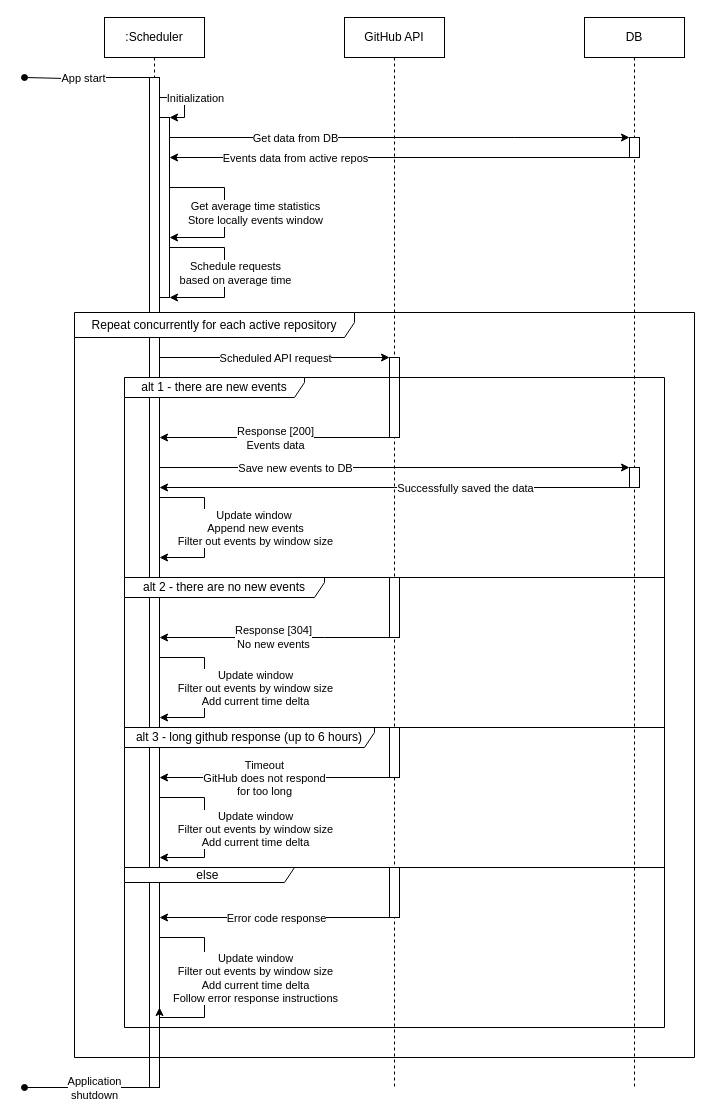
This is img/schedule_sequence_diagram.drawio from nickobard/GitHub-Events-Monitoring, a draw.io file, before an edit. Source tidied: cells renumbered, new cells numbered last; positions are measured from the earlier drawing's top-left corner, leaving out a move shared by most shapes. Both pictures are drawn from the tidied source at 100%, with x=0, y=0 at pixel (24, 17).
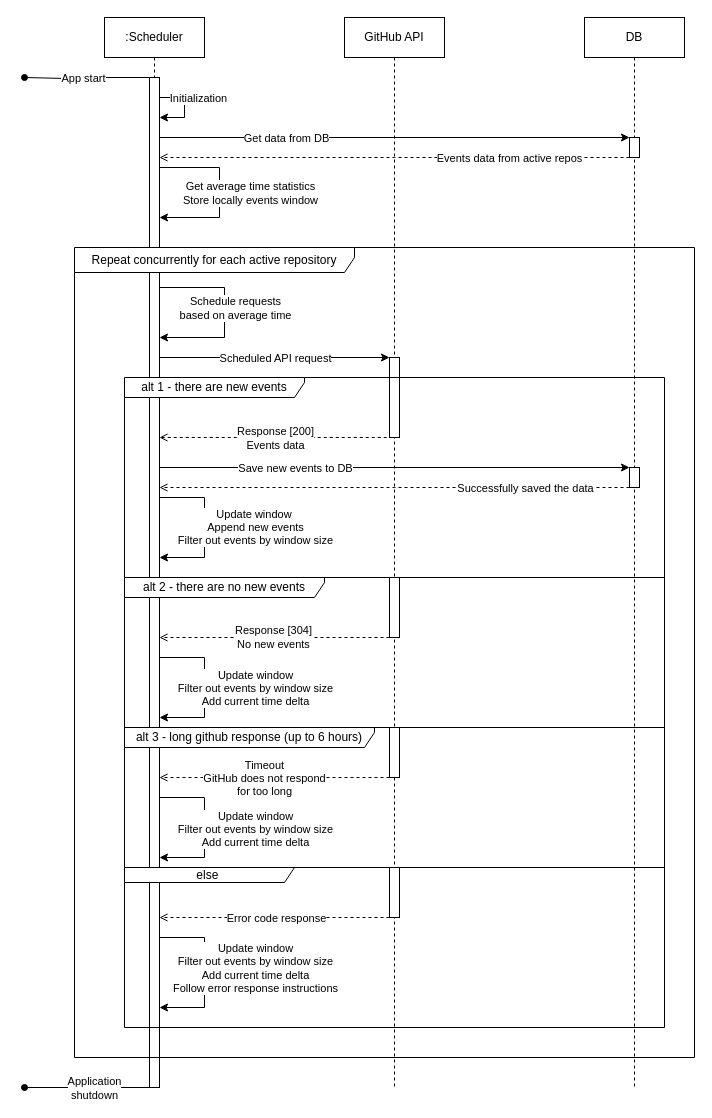
The same diagram, later.

Unchanged cells that the change refers to:
```xml
<mxCell id="3" style="html=1;points=[[0,0,0,0,5],[0,1,0,0,-5],[1,0,0,0,5],[1,1,0,0,-5]];perimeter=orthogonalPerimeter;outlineConnect=0;targetShapes=umlLifeline;portConstraint=eastwest;newEdgeStyle={&quot;curved&quot;:0,&quot;rounded&quot;:0};" parent="2" vertex="1">
  <mxGeometry x="45" y="120" width="10" height="20" as="geometry" />
</mxCell>
<mxCell id="4" style="html=1;points=[[0,0,0,0,5],[0,1,0,0,-5],[1,0,0,0,5],[1,1,0,0,-5]];perimeter=orthogonalPerimeter;outlineConnect=0;targetShapes=umlLifeline;portConstraint=eastwest;newEdgeStyle={&quot;curved&quot;:0,&quot;rounded&quot;:0};" parent="2" vertex="1">
  <mxGeometry x="45" y="450" width="10" height="20" as="geometry" />
</mxCell>
<mxCell id="6" style="html=1;points=[[0,0,0,0,5],[0,1,0,0,-5],[1,0,0,0,5],[1,1,0,0,-5]];perimeter=orthogonalPerimeter;outlineConnect=0;targetShapes=umlLifeline;portConstraint=eastwest;newEdgeStyle={&quot;curved&quot;:0,&quot;rounded&quot;:0};" parent="5" vertex="1">
  <mxGeometry x="45" y="340" width="10" height="80" as="geometry" />
</mxCell>
<mxCell id="7" value=":Scheduler" style="shape=umlLifeline;perimeter=lifelinePerimeter;whiteSpace=wrap;html=1;outlineConnect=0;portConstraint=eastwest;newEdgeStyle={&quot;curved&quot;:0,&quot;rounded&quot;:0};" parent="1" vertex="1">
  <mxGeometry x="80" width="100" height="580" as="geometry" />
</mxCell>
<mxCell id="19" style="html=1;points=[[0,0,0,0,5],[0,1,0,0,-5],[1,0,0,0,5],[1,1,0,0,-5]];perimeter=orthogonalPerimeter;outlineConnect=0;targetShapes=umlLifeline;portConstraint=eastwest;newEdgeStyle={&quot;curved&quot;:0,&quot;rounded&quot;:0};" parent="1" vertex="1">
  <mxGeometry x="365" y="560" width="10" height="60" as="geometry" />
</mxCell>
<mxCell id="29" style="html=1;points=[[0,0,0,0,5],[0,1,0,0,-5],[1,0,0,0,5],[1,1,0,0,-5]];perimeter=orthogonalPerimeter;outlineConnect=0;targetShapes=umlLifeline;portConstraint=eastwest;newEdgeStyle={&quot;curved&quot;:0,&quot;rounded&quot;:0};" parent="20" vertex="1">
  <mxGeometry x="125" y="60" width="10" height="1010" as="geometry" />
</mxCell>
<mxCell id="34" style="html=1;points=[[0,0,0,0,5],[0,1,0,0,-5],[1,0,0,0,5],[1,1,0,0,-5]];perimeter=orthogonalPerimeter;outlineConnect=0;targetShapes=umlLifeline;portConstraint=eastwest;newEdgeStyle={&quot;curved&quot;:0,&quot;rounded&quot;:0};" parent="20" vertex="1">
  <mxGeometry x="365" y="710" width="10" height="50" as="geometry" />
</mxCell>
<mxCell id="35" style="html=1;points=[[0,0,0,0,5],[0,1,0,0,-5],[1,0,0,0,5],[1,1,0,0,-5]];perimeter=orthogonalPerimeter;outlineConnect=0;targetShapes=umlLifeline;portConstraint=eastwest;newEdgeStyle={&quot;curved&quot;:0,&quot;rounded&quot;:0};" parent="20" vertex="1">
  <mxGeometry x="365" y="850" width="10" height="50" as="geometry" />
</mxCell>
<mxCell id="36" style="edgeStyle=orthogonalEdgeStyle;rounded=0;jettySize=auto;html=1;curved=0;" parent="20" edge="1" target="29">
  <mxGeometry relative="1" as="geometry">
    <mxPoint x="135" y="490" as="sourcePoint" />
    <Array as="points">
      <mxPoint x="135" y="480" />
      <mxPoint x="180" y="480" />
      <mxPoint x="180" y="540" />
    </Array>
  </mxGeometry>
</mxCell>
```

Change to the diagram source:
```diff
@@
-    <mxCell id="8" style="html=1;points=[[0,0,0,0,5],[0,1,0,0,-5],[1,0,0,0,5],[1,1,0,0,-5]];perimeter=orthogonalPerimeter;outlineConnect=0;targetShapes=umlLifeline;portConstraint=eastwest;newEdgeStyle={&quot;curved&quot;:0,&quot;rounded&quot;:0};" parent="7" vertex="1">
-      <mxGeometry x="55" y="100" width="10" height="180" as="geometry" />
-    </mxCell>
-    <mxCell id="9" style="edgeStyle=orthogonalEdgeStyle;rounded=0;jettySize=auto;html=1;curved=0;" parent="7" edge="1" source="29" target="8">
+    <mxCell id="9" style="edgeStyle=orthogonalEdgeStyle;rounded=0;orthogonalLoop=1;jettySize=auto;html=1;curved=0;" parent="7" edge="1" source="29" target="29">
       <mxGeometry relative="1" as="geometry">
         <Array as="points">
           <mxPoint x="80" y="80" />
           <mxPoint x="80" y="100" />
         </Array>
       </mxGeometry>
     </mxCell>
@@
-    <mxCell id="11" style="edgeStyle=orthogonalEdgeStyle;rounded=0;jettySize=auto;html=1;curved=0;" parent="7" edge="1" target="8">
-      <mxGeometry relative="1" as="geometry">
-        <mxPoint x="65" y="170" as="sourcePoint" />
-        <Array as="points">
-          <mxPoint x="120" y="170" />
-          <mxPoint x="120" y="220" />
-        </Array>
-      </mxGeometry>
-    </mxCell>
-    <mxCell id="12" value="Get average time statistics&lt;div&gt;Store locally events window&lt;/div&gt;" style="edgeLabel;html=1;align=center;verticalAlign=middle;" parent="11" vertex="1">
-      <mxGeometry y="1" relative="1" as="geometry">
-        <mxPoint x="29" as="offset" />
-      </mxGeometry>
-    </mxCell>
-    <mxCell id="13" style="edgeStyle=orthogonalEdgeStyle;rounded=0;jettySize=auto;html=1;curved=0;elbow=vertical;" parent="7" edge="1" target="8">
-      <mxGeometry relative="1" as="geometry">
-        <mxPoint x="65" y="250" as="sourcePoint" />
-        <Array as="points">
-          <mxPoint x="65" y="230" />
-          <mxPoint x="120" y="230" />
-          <mxPoint x="120" y="280" />
-        </Array>
-      </mxGeometry>
-    </mxCell>
-    <mxCell id="14" value="Schedule requests&lt;div&gt;based on average time&lt;/div&gt;" style="edgeLabel;html=1;align=center;verticalAlign=middle;" parent="13" vertex="1">
-      <mxGeometry x="0.16" relative="1" as="geometry">
-        <mxPoint x="10" y="-4" as="offset" />
-      </mxGeometry>
-    </mxCell>
-    <mxCell id="15" style="edgeStyle=orthogonalEdgeStyle;rounded=0;jettySize=auto;html=1;curved=0;" parent="1" edge="1" source="4" target="29">
+    <mxCell id="15" style="edgeStyle=orthogonalEdgeStyle;rounded=0;jettySize=auto;html=1;curved=0;dashed=1;endArrow=open;endFill=0;" parent="1" edge="1" source="4" target="29">
       <mxGeometry relative="1" as="geometry">
         <Array as="points">
           <mxPoint x="370" y="470" />
           <mxPoint x="370" y="470" />
         </Array>
       </mxGeometry>
     </mxCell>
     <mxCell id="16" value="Successfully saved the data" style="edgeLabel;html=1;align=center;verticalAlign=middle;" parent="15" vertex="1">
       <mxGeometry x="-0.2" y="1" relative="1" as="geometry">
-        <mxPoint x="23" y="-1" as="offset" />
+        <mxPoint x="83" y="-1" as="offset" />
       </mxGeometry>
     </mxCell>
-    <mxCell id="17" style="edgeStyle=orthogonalEdgeStyle;rounded=0;jettySize=auto;html=1;curved=0;" parent="1" edge="1" source="19" target="29">
+    <mxCell id="17" style="edgeStyle=orthogonalEdgeStyle;rounded=0;jettySize=auto;html=1;curved=0;dashed=1;endArrow=open;endFill=0;" parent="1" edge="1" source="19" target="29">
       <mxGeometry relative="1" as="geometry">
         <Array as="points">
           <mxPoint x="300" y="620" />
           <mxPoint x="300" y="620" />
         </Array>
       </mxGeometry>
     </mxCell>
@@
+    <mxCell id="13" style="edgeStyle=orthogonalEdgeStyle;rounded=0;orthogonalLoop=1;jettySize=auto;html=1;curved=0;elbow=vertical;" parent="1" edge="1" source="29" target="29">
+      <mxGeometry relative="1" as="geometry">
+        <Array as="points">
+          <mxPoint x="200" y="270" />
+          <mxPoint x="200" y="320" />
+        </Array>
+      </mxGeometry>
+    </mxCell>
+    <mxCell id="14" value="Schedule requests&lt;div&gt;based on average time&lt;/div&gt;" style="edgeLabel;html=1;align=center;verticalAlign=middle;" parent="13" vertex="1">
+      <mxGeometry x="0.16" relative="1" as="geometry">
+        <mxPoint x="10" y="-19" as="offset" />
+      </mxGeometry>
+    </mxCell>
+    <mxCell id="11" style="edgeStyle=orthogonalEdgeStyle;rounded=0;orthogonalLoop=1;jettySize=auto;html=1;curved=0;" parent="1" edge="1" source="29" target="29">
+      <mxGeometry relative="1" as="geometry">
+        <Array as="points">
+          <mxPoint x="195" y="150" />
+          <mxPoint x="195" y="200" />
+        </Array>
+      </mxGeometry>
+    </mxCell>
+    <mxCell id="12" value="Get average time statistics&lt;div&gt;Store locally events window&lt;/div&gt;" style="edgeLabel;html=1;align=center;verticalAlign=middle;" parent="11" vertex="1">
+      <mxGeometry y="1" relative="1" as="geometry">
+        <mxPoint x="29" as="offset" />
+      </mxGeometry>
+    </mxCell>
@@
-    <mxCell id="23" style="edgeStyle=orthogonalEdgeStyle;rounded=0;jettySize=auto;html=1;curved=0;" parent="20" edge="1" source="8" target="3">
+    <mxCell id="23" style="edgeStyle=orthogonalEdgeStyle;rounded=0;jettySize=auto;html=1;curved=0;" parent="20" edge="1" source="29" target="3">
       <mxGeometry relative="1" as="geometry">
         <Array as="points">
-          <mxPoint x="490" y="120" />
-          <mxPoint x="490" y="120" />
+          <mxPoint x="250" y="120" />
+          <mxPoint x="250" y="120" />
         </Array>
       </mxGeometry>
     </mxCell>
@@
-    <mxCell id="25" style="edgeStyle=orthogonalEdgeStyle;rounded=0;jettySize=auto;html=1;curved=0;" parent="20" edge="1" source="3" target="8">
+    <mxCell id="25" style="edgeStyle=orthogonalEdgeStyle;rounded=0;jettySize=auto;html=1;curved=0;dashed=1;endArrow=open;endFill=0;" parent="20" edge="1" source="3" target="29">
       <mxGeometry relative="1" as="geometry">
         <Array as="points">
-          <mxPoint x="260" y="140" />
-          <mxPoint x="260" y="140" />
+          <mxPoint x="370" y="140" />
+          <mxPoint x="370" y="140" />
         </Array>
       </mxGeometry>
     </mxCell>
     <mxCell id="26" value="Events data from active repos" style="edgeLabel;html=1;align=center;verticalAlign=middle;" parent="25" vertex="1">
       <mxGeometry x="0.59" y="-1" relative="1" as="geometry">
-        <mxPoint x="31" y="1" as="offset" />
+        <mxPoint x="253" y="1" as="offset" />
       </mxGeometry>
     </mxCell>
@@
-    <mxCell id="32" style="edgeStyle=orthogonalEdgeStyle;rounded=0;jettySize=auto;html=1;curved=0;" parent="20" edge="1" source="34">
+    <mxCell id="32" style="edgeStyle=orthogonalEdgeStyle;rounded=0;jettySize=auto;html=1;curved=0;dashed=1;endArrow=open;endFill=0;" parent="20" edge="1" source="34">
       <mxGeometry relative="1" as="geometry">
         <mxPoint x="135" y="760" as="targetPoint" />
         <Array as="points">
           <mxPoint x="250" y="760" />
           <mxPoint x="250" y="760" />
         </Array>
       </mxGeometry>
     </mxCell>
@@
     <mxCell id="37" value="Update window&amp;nbsp;&lt;div&gt;Append new events&lt;/div&gt;&lt;div&gt;Filter out events by window size&lt;/div&gt;" style="edgeLabel;html=1;align=center;verticalAlign=middle;" parent="36" vertex="1">
       <mxGeometry x="-0.01" y="1" relative="1" as="geometry">
-        <mxPoint x="49" y="6" as="offset" />
+        <mxPoint x="49" y="5" as="offset" />
       </mxGeometry>
     </mxCell>
@@
     <mxCell id="42" style="edgeStyle=orthogonalEdgeStyle;rounded=0;jettySize=auto;html=1;curved=0;" parent="20" edge="1" source="29">
       <mxGeometry relative="1" as="geometry">
         <mxPoint x="135" y="990" as="targetPoint" />
         <Array as="points">
           <mxPoint x="180" y="920" />
-          <mxPoint x="180" y="1000" />
-          <mxPoint x="135" y="1000" />
+          <mxPoint x="180" y="990" />
         </Array>
       </mxGeometry>
     </mxCell>
@@
     <mxCell id="45" value="Repeat concurrently for each active repository" style="shape=umlFrame;whiteSpace=wrap;html=1;width=280;height=25;" parent="44" vertex="1">
-      <mxGeometry x="50" y="295" width="620" height="745" as="geometry" />
+      <mxGeometry x="50" y="230" width="620" height="810" as="geometry" />
     </mxCell>
@@
-    <mxCell id="49" style="edgeStyle=orthogonalEdgeStyle;rounded=0;jettySize=auto;html=1;curved=0;startArrow=classic;startFill=1;endArrow=none;endFill=0;" parent="44" edge="1" source="29" target="6">
+    <mxCell id="49" style="edgeStyle=orthogonalEdgeStyle;rounded=0;jettySize=auto;html=1;curved=0;startArrow=open;startFill=0;endArrow=none;endFill=0;dashed=1;" parent="44" edge="1" source="29" target="6">
       <mxGeometry relative="1" as="geometry">
         <Array as="points">
           <mxPoint x="250" y="420" />
           <mxPoint x="250" y="420" />
         </Array>
       </mxGeometry>
     </mxCell>
@@
-    <mxCell id="51" style="edgeStyle=orthogonalEdgeStyle;rounded=0;jettySize=auto;html=1;curved=0;" parent="44" edge="1" source="35" target="29">
+    <mxCell id="51" style="edgeStyle=orthogonalEdgeStyle;rounded=0;jettySize=auto;html=1;curved=0;dashed=1;endArrow=open;endFill=0;" parent="44" edge="1" source="35" target="29">
       <mxGeometry relative="1" as="geometry">
         <Array as="points">
           <mxPoint x="250" y="900" />
           <mxPoint x="250" y="900" />
         </Array>
       </mxGeometry>
     </mxCell>
```
